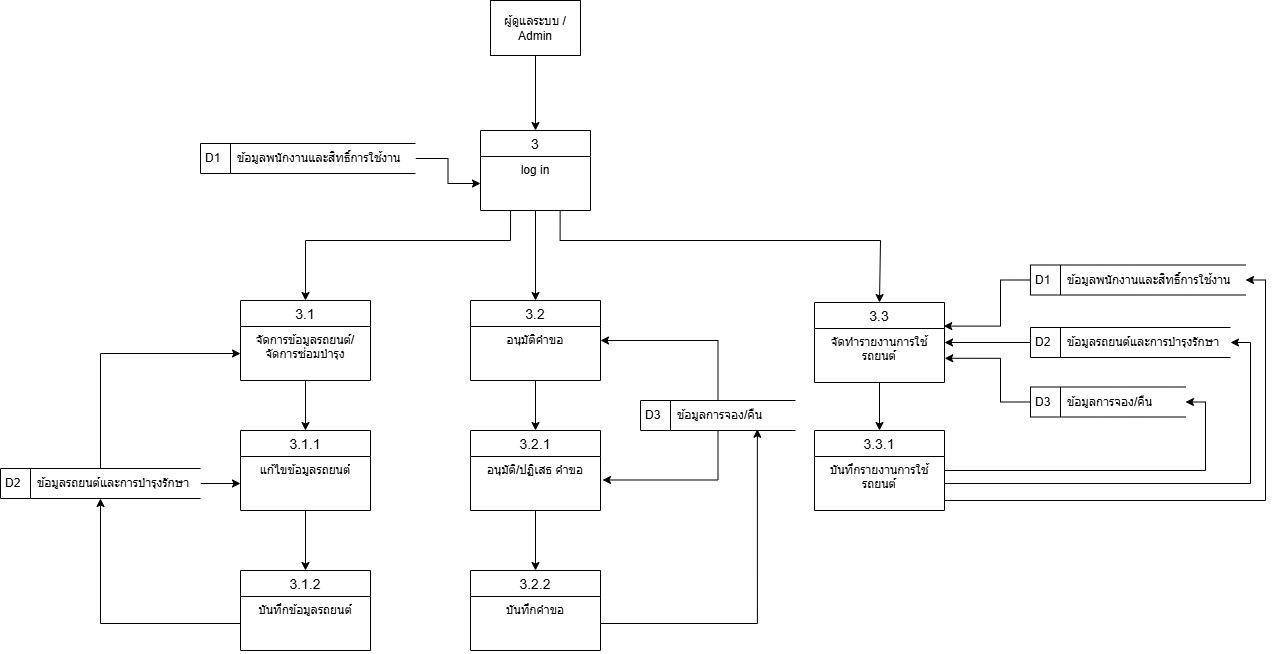
This is docs/DFDL2_3.drawio.png from Anurak-Creator/ANURAK-HOMELAB, a draw.io export, as it was before one commit. Source tidied: cells renumbered, new cells last; positions are measured from the earlier drawing's top-left corner, leaving out a move shared by most shapes.
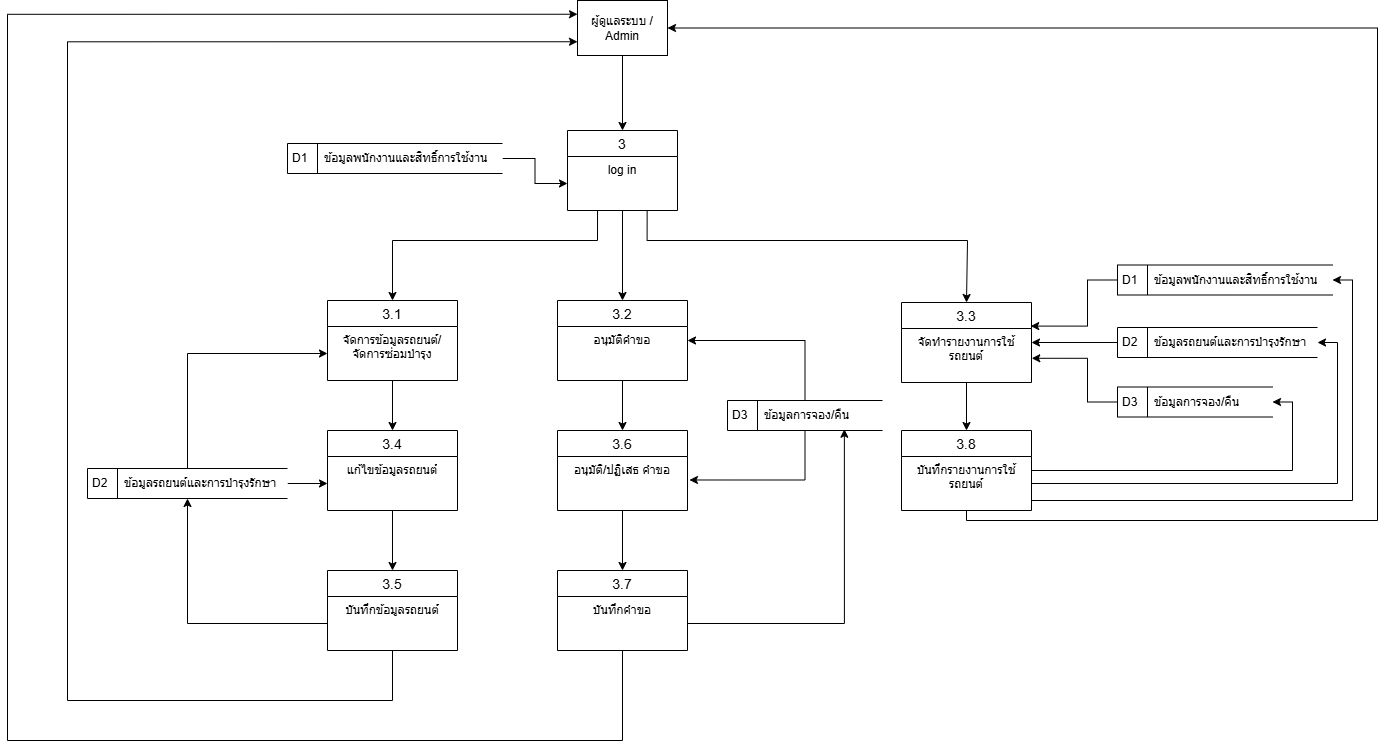
After the change.

Diff of the diagram source:
```diff
@@ -63,13 +63,22 @@
     <mxCell id="18" style="edgeStyle=orthogonalEdgeStyle;rounded=0;jettySize=auto;html=1;entryX=0.5;entryY=0;entryDx=0;entryDy=0;defaultLabelBackgroundColor=page;labelPadding=0 4;" parent="1" edge="1" source="19" target="21">
       <mxGeometry relative="1" as="geometry" />
     </mxCell>
-    <mxCell id="19" value="3.1.1" style="swimlane;fontStyle=0;horizontal=1;startSize=26;align=center;fontSize=14;labelBackgroundColor=none;" parent="1" vertex="1">
+    <mxCell id="19" value="3.4" style="swimlane;fontStyle=0;horizontal=1;startSize=26;align=center;fontSize=14;labelBackgroundColor=none;" parent="1" vertex="1">
       <mxGeometry x="240" y="430" width="130" height="80" as="geometry" />
     </mxCell>
     <mxCell id="20" value="แก้ไขข้อมูลรถยนต์" style="text;spacingLeft=4;spacingRight=4;overflow=hidden;points=[[0,0.5],[1,0.5]];portConstraint=eastwest;fontSize=12;whiteSpace=wrap;html=1;labelBackgroundColor=none;align=center;" parent="19" vertex="1">
       <mxGeometry y="26" width="130" height="54" as="geometry" />
     </mxCell>
+    <mxCell id="49" style="edgeStyle=orthogonalEdgeStyle;rounded=0;jettySize=auto;html=1;entryX=0;entryY=0.75;entryDx=0;entryDy=0;defaultLabelBackgroundColor=page;labelPadding=0 4;" parent="1" edge="1" source="21" target="17">
+      <mxGeometry x="0.14" relative="1" as="geometry">
+        <Array as="points">
+          <mxPoint x="305" y="700" />
+          <mxPoint x="-20" y="700" />
+          <mxPoint x="-20" y="41.3" />
+        </Array>
+      </mxGeometry>
+    </mxCell>
-    <mxCell id="21" value="3.1.2" style="swimlane;fontStyle=0;horizontal=1;startSize=26;align=center;fontSize=14;labelBackgroundColor=none;" parent="1" vertex="1">
+    <mxCell id="21" value="3.5" style="swimlane;fontStyle=0;horizontal=1;startSize=26;align=center;fontSize=14;labelBackgroundColor=none;" parent="1" vertex="1">
       <mxGeometry x="240" y="570" width="130" height="80" as="geometry" />
     </mxCell>
     <mxCell id="22" value="บันทึกข้อมูลรถยนต์" style="text;spacingLeft=4;spacingRight=4;overflow=hidden;points=[[0,0.5],[1,0.5]];portConstraint=eastwest;fontSize=12;whiteSpace=wrap;html=1;labelBackgroundColor=none;align=center;" parent="21" vertex="1">
@@ -78,13 +87,22 @@
     <mxCell id="23" style="edgeStyle=orthogonalEdgeStyle;rounded=0;jettySize=auto;html=1;defaultLabelBackgroundColor=page;labelPadding=0 4;entryX=0.5;entryY=0;entryDx=0;entryDy=0;" parent="1" edge="1" source="24" target="26">
       <mxGeometry relative="1" as="geometry" />
     </mxCell>
-    <mxCell id="24" value="3.2.1" style="swimlane;fontStyle=0;horizontal=1;startSize=26;align=center;fontSize=14;labelBackgroundColor=none;" parent="1" vertex="1">
+    <mxCell id="24" value="3.6" style="swimlane;fontStyle=0;horizontal=1;startSize=26;align=center;fontSize=14;labelBackgroundColor=none;" parent="1" vertex="1">
       <mxGeometry x="470" y="430" width="130" height="80" as="geometry" />
     </mxCell>
     <mxCell id="25" value="อนุมัติ/ปฏิเสธ คำขอ" style="text;spacingLeft=4;spacingRight=4;overflow=hidden;points=[[0,0.5],[1,0.5]];portConstraint=eastwest;fontSize=12;whiteSpace=wrap;html=1;labelBackgroundColor=none;align=center;" parent="24" vertex="1">
       <mxGeometry y="26" width="130" height="54" as="geometry" />
     </mxCell>
+    <mxCell id="50" style="edgeStyle=orthogonalEdgeStyle;rounded=0;jettySize=auto;html=1;entryX=0;entryY=0.25;entryDx=0;entryDy=0;defaultLabelBackgroundColor=page;labelPadding=0 4;" parent="1" edge="1" source="26" target="17">
+      <mxGeometry x="-0.61" relative="1" as="geometry">
+        <Array as="points">
+          <mxPoint x="535" y="740" />
+          <mxPoint x="-80" y="740" />
+          <mxPoint x="-80" y="13.8" />
+        </Array>
+      </mxGeometry>
+    </mxCell>
-    <mxCell id="26" value="3.2.2" style="swimlane;fontStyle=0;horizontal=1;startSize=26;align=center;fontSize=14;labelBackgroundColor=none;" parent="1" vertex="1">
+    <mxCell id="26" value="3.7" style="swimlane;fontStyle=0;horizontal=1;startSize=26;align=center;fontSize=14;labelBackgroundColor=none;" parent="1" vertex="1">
       <mxGeometry x="470" y="570" width="130" height="80" as="geometry" />
     </mxCell>
     <mxCell id="27" value="บันทึกคำขอ" style="text;spacingLeft=4;spacingRight=4;overflow=hidden;points=[[0,0.5],[1,0.5]];portConstraint=eastwest;fontSize=12;whiteSpace=wrap;html=1;labelBackgroundColor=none;align=center;" parent="26" vertex="1">
@@ -93,7 +111,16 @@
     <mxCell id="28" style="edgeStyle=orthogonalEdgeStyle;rounded=0;jettySize=auto;html=1;entryX=1;entryY=0.5;entryDx=0;entryDy=0;defaultLabelBackgroundColor=page;labelPadding=0 4;" parent="1" edge="1" source="29" target="43">
       <mxGeometry relative="1" as="geometry" />
     </mxCell>
+    <mxCell id="51" style="edgeStyle=orthogonalEdgeStyle;rounded=0;jettySize=auto;html=1;entryX=1;entryY=0.5;entryDx=0;entryDy=0;defaultLabelBackgroundColor=page;labelPadding=0 4;" parent="1" edge="1" source="29" target="17">
+      <mxGeometry x="0.08" relative="1" as="geometry">
+        <Array as="points">
+          <mxPoint x="879" y="520" />
+          <mxPoint x="1290" y="520" />
+          <mxPoint x="1290" y="27.5" />
+        </Array>
+      </mxGeometry>
+    </mxCell>
-    <mxCell id="29" value="3.3.1" style="swimlane;fontStyle=0;horizontal=1;startSize=26;align=center;fontSize=14;labelBackgroundColor=none;" parent="1" vertex="1">
+    <mxCell id="29" value="3.8" style="swimlane;fontStyle=0;horizontal=1;startSize=26;align=center;fontSize=14;labelBackgroundColor=none;" parent="1" vertex="1">
       <mxGeometry x="814" y="430" width="130" height="80" as="geometry" />
     </mxCell>
     <mxCell id="30" value="บันทึกรายงานการใช้รถยนต์" style="text;spacingLeft=4;spacingRight=4;overflow=hidden;points=[[0,0.5],[1,0.5]];portConstraint=eastwest;fontSize=12;whiteSpace=wrap;html=1;labelBackgroundColor=none;align=center;" parent="29" vertex="1">
```
